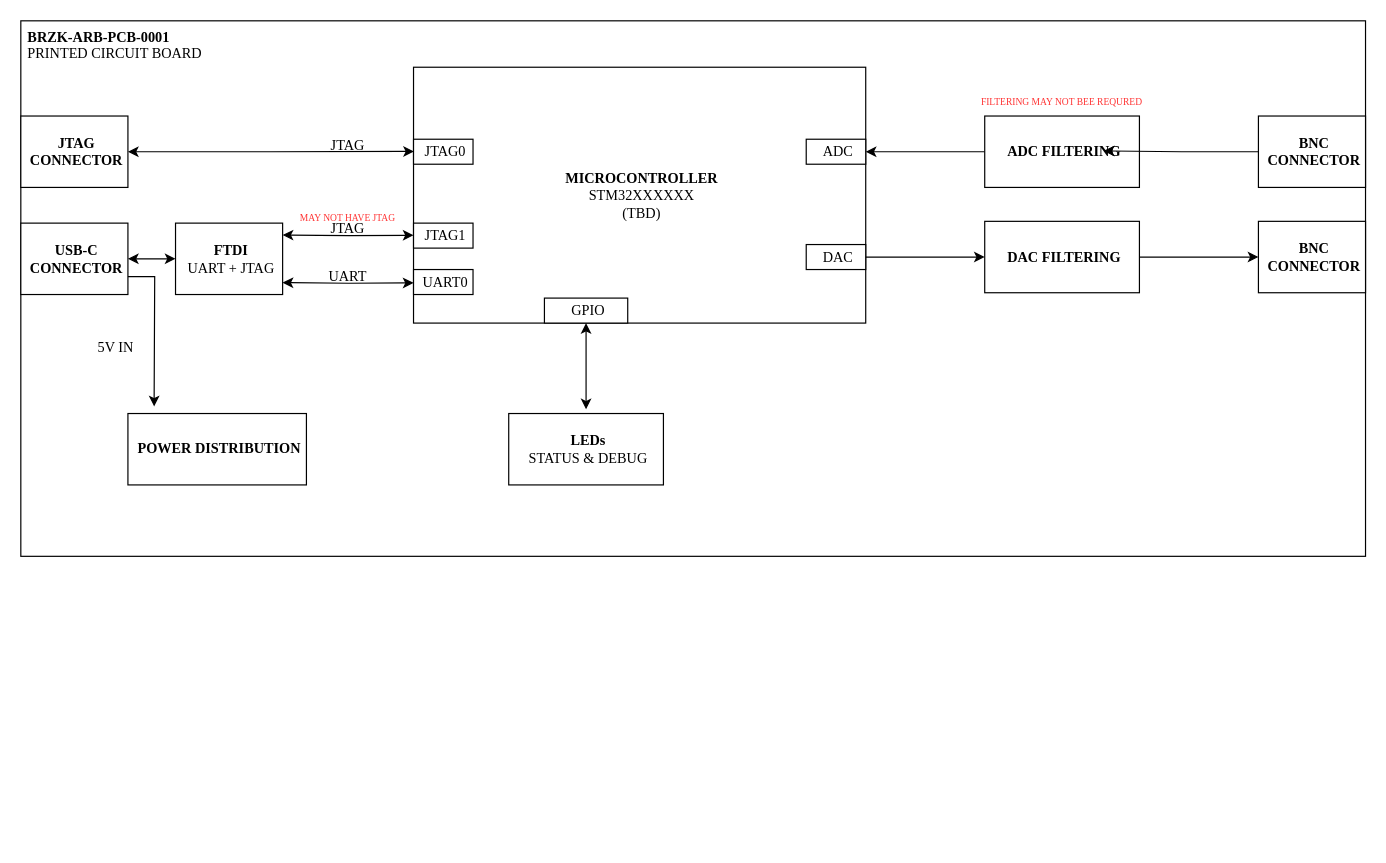
Above: page "Hardware Overview" (1 of 4) of 1_hw/01_block_diagram/arb.drawio in brzyzek/arb (draw.io), before the change. Source tidied: cells renumbered, new cells numbered last; positions are measured from the earlier drawing's top-left corner, leaving out a move shared by most shapes. Both pictures are drawn from the tidied source at 119%, with x=0, y=0 at pixel (20, 20).
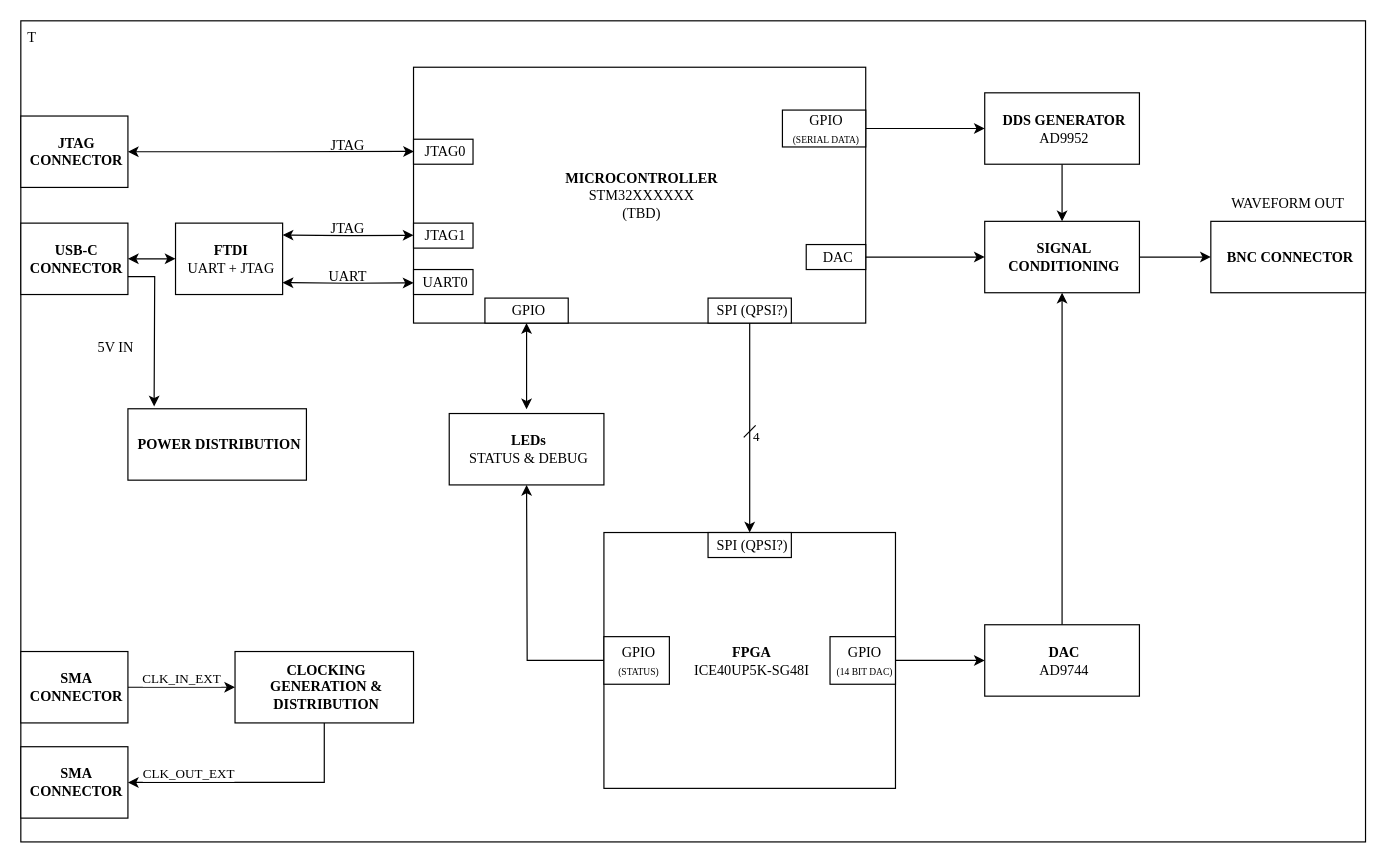
The same diagram, later.

Commit message (it also covers changes not shown here):
FEAT: Modified Block Diagram, added FPGA, DDS, and P/Ns.

The change refers to these unchanged cells:
```xml
<mxCell id="5" value="&lt;font&gt;&lt;b&gt;JTAG CONNECTOR&lt;/b&gt;&lt;br&gt;&lt;/font&gt;" style="rounded=0;whiteSpace=wrap;html=1;align=center;verticalAlign=middle;labelPosition=center;verticalLabelPosition=middle;spacing=2;spacingLeft=4;fontFamily=Times New Roman;" parent="1" vertex="1">
  <mxGeometry y="80" width="90" height="60" as="geometry" />
</mxCell>
```

Change to the diagram source:
```diff
@@
-    <mxCell id="2" value="&lt;b&gt;BRZK-ARB-PCB-0001&lt;/b&gt;&lt;div&gt;PRINTED CIRCUIT BOARD&lt;/div&gt;" style="rounded=0;whiteSpace=wrap;html=1;align=left;verticalAlign=top;labelPosition=center;verticalLabelPosition=middle;spacing=2;spacingLeft=4;fontFamily=Times New Roman;" parent="1" vertex="1">
-      <mxGeometry width="1130" height="450" as="geometry" />
+    <mxCell id="2" value="T" style="rounded=0;whiteSpace=wrap;html=1;align=left;verticalAlign=top;labelPosition=center;verticalLabelPosition=middle;spacing=2;spacingLeft=4;fontFamily=Times New Roman;" parent="1" vertex="1">
+      <mxGeometry width="1130" height="690" as="geometry" />
     </mxCell>
-    <mxCell id="3" value="&lt;font&gt;&lt;font face=&quot;Times New Roman&quot;&gt;&lt;b style=&quot;&quot;&gt;MICROCONTROLLER&lt;br&gt;&lt;/b&gt;STM32XXXXXX&lt;/font&gt;&lt;br&gt;&lt;/font&gt;&lt;div&gt;&lt;font&gt;&lt;font face=&quot;Times New Roman&quot;&gt;(TBD)&lt;/font&gt;&lt;/font&gt;&lt;/div&gt;" style="rounded=0;whiteSpace=wrap;html=1;align=center;verticalAlign=middle;labelPosition=center;verticalLabelPosition=middle;spacing=2;spacingLeft=4;fontFamily=Verdana;" parent="1" vertex="1">
+    <mxCell id="3" value="&lt;font&gt;&lt;font&gt;&lt;b style=&quot;&quot;&gt;MICROCONTROLLER&lt;br&gt;&lt;/b&gt;STM32XXXXXX&lt;/font&gt;&lt;br&gt;&lt;/font&gt;&lt;div&gt;&lt;font&gt;&lt;font&gt;(TBD)&lt;/font&gt;&lt;/font&gt;&lt;/div&gt;" style="rounded=0;whiteSpace=wrap;html=1;align=center;verticalAlign=middle;labelPosition=center;verticalLabelPosition=middle;spacing=2;spacingLeft=4;fontFamily=Times New Roman;" parent="1" vertex="1">
       <mxGeometry x="330" y="39" width="380" height="215" as="geometry" />
     </mxCell>
     <mxCell id="4" value="&lt;font&gt;&lt;b&gt;POWER DISTRIBUTION&lt;/b&gt;&lt;br&gt;&lt;/font&gt;" style="rounded=0;whiteSpace=wrap;html=1;align=center;verticalAlign=middle;labelPosition=center;verticalLabelPosition=middle;spacing=2;spacingLeft=4;fontFamily=Times New Roman;" parent="1" vertex="1">
-      <mxGeometry x="90" y="330" width="150" height="60" as="geometry" />
+      <mxGeometry x="90" y="326" width="150" height="60" as="geometry" />
     </mxCell>
@@
-    <mxCell id="16" style="edgeStyle=orthogonalEdgeStyle;rounded=0;jettySize=auto;html=1;exitX=1;exitY=0.5;exitDx=0;exitDy=0;entryX=0.001;entryY=0.329;entryDx=0;entryDy=0;entryPerimeter=0;startArrow=classic;startFill=1;" parent="1" edge="1" source="5" target="3">
+    <mxCell id="16" style="edgeStyle=orthogonalEdgeStyle;rounded=0;jettySize=auto;html=1;exitX=1;exitY=0.5;exitDx=0;exitDy=0;entryX=0.001;entryY=0.329;entryDx=0;entryDy=0;entryPerimeter=0;startArrow=classic;startFill=1;fontFamily=Times New Roman;" parent="1" edge="1" source="5" target="3">
       <mxGeometry relative="1" as="geometry" />
     </mxCell>
@@
-    <mxCell id="20" value="MAY NOT HAVE JTAG" style="text;strokeColor=none;align=center;fillColor=none;html=1;verticalAlign=middle;whiteSpace=wrap;rounded=0;fontFamily=Times New Roman;fontSize=8;fontColor=#FF3333;" parent="1" vertex="1">
-      <mxGeometry x="220" y="162.5" width="110" height="7.5" as="geometry" />
-    </mxCell>
     <mxCell id="21" value="GPIO" style="rounded=0;whiteSpace=wrap;html=1;align=center;verticalAlign=middle;labelPosition=center;verticalLabelPosition=middle;spacing=2;spacingLeft=4;fontFamily=Times New Roman;fontStyle=0;fontSize=12;" parent="1" vertex="1">
-      <mxGeometry x="440" y="233" width="70" height="21" as="geometry" />
+      <mxGeometry x="390" y="233" width="70" height="21" as="geometry" />
     </mxCell>
     <mxCell id="22" value="&lt;b&gt;LEDs&lt;/b&gt;&lt;br&gt;&lt;div&gt;&lt;font&gt;STATUS &amp;amp; DEBUG&lt;/font&gt;&lt;/div&gt;" style="rounded=0;whiteSpace=wrap;html=1;align=center;verticalAlign=middle;labelPosition=center;verticalLabelPosition=middle;spacing=2;spacingLeft=4;fontFamily=Times New Roman;" parent="1" vertex="1">
-      <mxGeometry x="410" y="330" width="130" height="60" as="geometry" />
+      <mxGeometry x="360" y="330" width="130" height="60" as="geometry" />
     </mxCell>
-    <mxCell id="23" style="endArrow=classic;startArrow=classic;html=1;rounded=0;fontFamily=Times New Roman;fontSize=12;fontColor=default;exitX=0.5;exitY=-0.06;exitDx=0;exitDy=0;exitPerimeter=0;entryX=0.5;entryY=1;entryDx=0;entryDy=0;" parent="1" edge="1" source="22" target="21">
-      <mxGeometry relative="1" as="geometry" />
+    <mxCell id="23" style="endArrow=classic;startArrow=classic;html=1;rounded=0;fontFamily=Times New Roman;fontSize=12;fontColor=default;exitX=0.5;exitY=-0.06;exitDx=0;exitDy=0;exitPerimeter=0;entryX=0.5;entryY=1;entryDx=0;entryDy=0;" parent="1" edge="1" target="21">
+      <mxGeometry relative="1" as="geometry">
+        <mxPoint x="425" y="326.4" as="sourcePoint" />
+      </mxGeometry>
     </mxCell>
-    <mxCell id="24" style="edgeStyle=orthogonalEdgeStyle;rounded=0;jettySize=auto;html=1;exitX=0;exitY=0.5;exitDx=0;exitDy=0;entryX=1;entryY=0.5;entryDx=0;entryDy=0;fontFamily=Times New Roman;fontSize=12;fontColor=default;" parent="1" edge="1" source="27" target="25">
-      <mxGeometry relative="1" as="geometry" />
-    </mxCell>
-    <mxCell id="25" value="&lt;font style=&quot;font-size: 12px;&quot;&gt;ADC&lt;/font&gt;" style="rounded=0;whiteSpace=wrap;html=1;align=center;verticalAlign=middle;labelPosition=center;verticalLabelPosition=middle;spacing=2;spacingLeft=4;fontFamily=Times New Roman;fontStyle=0;fontSize=12;" parent="1" vertex="1">
-      <mxGeometry x="660" y="99.5" width="50" height="21" as="geometry" />
-    </mxCell>
@@
-    <mxCell id="27" value="&lt;b&gt;ADC FILTERING&lt;/b&gt;" style="rounded=0;whiteSpace=wrap;html=1;align=center;verticalAlign=middle;labelPosition=center;verticalLabelPosition=middle;spacing=2;spacingLeft=4;fontFamily=Times New Roman;" parent="1" vertex="1">
-      <mxGeometry x="810" y="80" width="130" height="60" as="geometry" />
-    </mxCell>
@@
-    <mxCell id="29" value="&lt;b&gt;DAC FILTERING&lt;/b&gt;" style="rounded=0;whiteSpace=wrap;html=1;align=center;verticalAlign=middle;labelPosition=center;verticalLabelPosition=middle;spacing=2;spacingLeft=4;fontFamily=Times New Roman;" parent="1" vertex="1">
+    <mxCell id="29" value="&lt;b&gt;SIGNAL CONDITIONING&lt;/b&gt;" style="rounded=0;whiteSpace=wrap;html=1;align=center;verticalAlign=middle;labelPosition=center;verticalLabelPosition=middle;spacing=2;spacingLeft=4;fontFamily=Times New Roman;" parent="1" vertex="1">
       <mxGeometry x="810" y="168.5" width="130" height="60" as="geometry" />
     </mxCell>
-    <mxCell id="30" value="&lt;font&gt;&lt;b&gt;BNC CONNECTOR&lt;/b&gt;&lt;br&gt;&lt;/font&gt;" style="rounded=0;whiteSpace=wrap;html=1;align=center;verticalAlign=middle;labelPosition=center;verticalLabelPosition=middle;spacing=2;spacingLeft=4;fontFamily=Times New Roman;" parent="1" vertex="1">
-      <mxGeometry x="1040" y="80" width="90" height="60" as="geometry" />
-    </mxCell>
@@
     <mxCell id="32" value="&lt;font&gt;&lt;b&gt;BNC CONNECTOR&lt;/b&gt;&lt;br&gt;&lt;/font&gt;" style="rounded=0;whiteSpace=wrap;html=1;align=center;verticalAlign=middle;labelPosition=center;verticalLabelPosition=middle;spacing=2;spacingLeft=4;fontFamily=Times New Roman;" parent="1" vertex="1">
-      <mxGeometry x="1040" y="168.5" width="90" height="60" as="geometry" />
+      <mxGeometry x="1000" y="168.5" width="130" height="60" as="geometry" />
     </mxCell>
-    <mxCell id="33" style="edgeStyle=orthogonalEdgeStyle;rounded=0;jettySize=auto;html=1;exitX=0;exitY=0.5;exitDx=0;exitDy=0;entryX=0;entryY=0.5;entryDx=0;entryDy=0;fontFamily=Times New Roman;fontSize=12;fontColor=default;" parent="1" edge="1" source="30">
-      <mxGeometry relative="1" as="geometry">
-        <mxPoint x="910" y="109.3" as="targetPoint" />
-      </mxGeometry>
-    </mxCell>
-    <mxCell id="34" value="FILTERING MAY NOT BEE REQURED" style="text;strokeColor=none;align=center;fillColor=none;html=1;verticalAlign=middle;whiteSpace=wrap;rounded=0;fontFamily=Times New Roman;fontSize=8;fontColor=#FF3333;" parent="1" vertex="1">
-      <mxGeometry x="805" y="64" width="140" height="7.5" as="geometry" />
-    </mxCell>
+    <mxCell id="35" value="&lt;font&gt;&lt;b&gt;FPGA&lt;/b&gt;&lt;/font&gt;&lt;div&gt;&lt;font&gt;ICE40UP5K-SG48I&lt;/font&gt;&lt;/div&gt;" style="rounded=0;whiteSpace=wrap;html=1;align=center;verticalAlign=middle;labelPosition=center;verticalLabelPosition=middle;spacing=2;spacingLeft=4;fontFamily=Times New Roman;" parent="1" vertex="1">
+      <mxGeometry x="490" y="430" width="245" height="215" as="geometry" />
+    </mxCell>
+    <mxCell id="36" style="edgeStyle=orthogonalEdgeStyle;rounded=0;jettySize=auto;html=1;entryX=1;entryY=0.5;entryDx=0;entryDy=0;exitX=0.5;exitY=1;exitDx=0;exitDy=0;fontFamily=Times New Roman;" parent="1" edge="1" source="37" target="57">
+      <mxGeometry relative="1" as="geometry" />
+    </mxCell>
+    <mxCell id="37" value="&lt;font&gt;&lt;b&gt;CLOCKING GENERATION &amp;amp; DISTRIBUTION&lt;/b&gt;&lt;br&gt;&lt;/font&gt;" style="rounded=0;whiteSpace=wrap;html=1;align=center;verticalAlign=middle;labelPosition=center;verticalLabelPosition=middle;spacing=2;spacingLeft=4;fontFamily=Times New Roman;" parent="1" vertex="1">
+      <mxGeometry x="180" y="530" width="150" height="60" as="geometry" />
+    </mxCell>
+    <mxCell id="38" style="edgeStyle=orthogonalEdgeStyle;rounded=0;jettySize=auto;html=1;fontFamily=Times New Roman;" parent="1" edge="1" source="41" target="37">
+      <mxGeometry relative="1" as="geometry" />
+    </mxCell>
+    <mxCell id="39" value="CLK_IN_EXT" style="edgeLabel;html=1;align=center;verticalAlign=middle;fontFamily=Times New Roman;" parent="38" vertex="1">
+      <mxGeometry x="-0.12" y="-1" relative="1" as="geometry">
+        <mxPoint x="4" y="-9" as="offset" />
+      </mxGeometry>
+    </mxCell>
+    <mxCell id="40" value="CLK_OUT_EXT" style="edgeLabel;html=1;align=center;verticalAlign=middle;fontFamily=Times New Roman;" parent="38" vertex="1">
+      <mxGeometry x="-0.12" y="-1" relative="1" as="geometry">
+        <mxPoint x="10" y="71" as="offset" />
+      </mxGeometry>
+    </mxCell>
+    <mxCell id="41" value="&lt;font&gt;&lt;b&gt;SMA CONNECTOR&lt;/b&gt;&lt;br&gt;&lt;/font&gt;" style="rounded=0;whiteSpace=wrap;html=1;align=center;verticalAlign=middle;labelPosition=center;verticalLabelPosition=middle;spacing=2;spacingLeft=4;fontFamily=Times New Roman;" parent="1" vertex="1">
+      <mxGeometry y="530" width="90" height="60" as="geometry" />
+    </mxCell>
+    <mxCell id="42" style="edgeStyle=orthogonalEdgeStyle;rounded=0;jettySize=auto;html=1;fontFamily=Times New Roman;" parent="1" edge="1" source="43" target="35">
+      <mxGeometry relative="1" as="geometry" />
+    </mxCell>
+    <mxCell id="43" value="SPI (QPSI?)" style="rounded=0;whiteSpace=wrap;html=1;align=center;verticalAlign=middle;labelPosition=center;verticalLabelPosition=middle;spacing=2;spacingLeft=4;fontFamily=Times New Roman;fontStyle=0;fontSize=12;" parent="1" vertex="1">
+      <mxGeometry x="577.5" y="233" width="70" height="21" as="geometry" />
+    </mxCell>
+    <mxCell id="44" value="SPI (QPSI?)" style="rounded=0;whiteSpace=wrap;html=1;align=center;verticalAlign=middle;labelPosition=center;verticalLabelPosition=middle;spacing=2;spacingLeft=4;fontFamily=Times New Roman;fontStyle=0;fontSize=12;" parent="1" vertex="1">
+      <mxGeometry x="577.5" y="430" width="70" height="21" as="geometry" />
+    </mxCell>
+    <mxCell id="45" style="edgeStyle=orthogonalEdgeStyle;rounded=0;jettySize=auto;html=1;fontFamily=Times New Roman;" parent="1" edge="1" source="46" target="48">
+      <mxGeometry relative="1" as="geometry" />
+    </mxCell>
+    <mxCell id="46" value="GPIO&lt;div&gt;&lt;font style=&quot;font-size: 8px;&quot;&gt;(14 BIT DAC)&lt;/font&gt;&lt;/div&gt;" style="rounded=0;whiteSpace=wrap;html=1;align=center;verticalAlign=middle;labelPosition=center;verticalLabelPosition=middle;spacing=2;spacingLeft=4;fontFamily=Times New Roman;fontStyle=0;fontSize=12;" parent="1" vertex="1">
+      <mxGeometry x="680" y="517.5" width="55" height="40" as="geometry" />
+    </mxCell>
+    <mxCell id="47" style="edgeStyle=orthogonalEdgeStyle;rounded=0;jettySize=auto;html=1;fontFamily=Times New Roman;" parent="1" edge="1" source="48" target="29">
+      <mxGeometry relative="1" as="geometry" />
+    </mxCell>
+    <mxCell id="48" value="&lt;b&gt;DAC&lt;/b&gt;&lt;div&gt;AD9744&lt;/div&gt;" style="rounded=0;whiteSpace=wrap;html=1;align=center;verticalAlign=middle;labelPosition=center;verticalLabelPosition=middle;spacing=2;spacingLeft=4;fontFamily=Times New Roman;" parent="1" vertex="1">
+      <mxGeometry x="810" y="507.5" width="130" height="60" as="geometry" />
+    </mxCell>
+    <mxCell id="49" style="edgeStyle=orthogonalEdgeStyle;rounded=0;jettySize=auto;html=1;fontFamily=Times New Roman;" parent="1" edge="1" source="50" target="29">
+      <mxGeometry relative="1" as="geometry" />
+    </mxCell>
+    <mxCell id="50" value="&lt;b&gt;DDS GENERATOR&lt;/b&gt;&lt;div&gt;AD9952&lt;/div&gt;" style="rounded=0;whiteSpace=wrap;html=1;align=center;verticalAlign=middle;labelPosition=center;verticalLabelPosition=middle;spacing=2;spacingLeft=4;fontFamily=Times New Roman;" parent="1" vertex="1">
+      <mxGeometry x="810" y="60.5" width="130" height="60" as="geometry" />
+    </mxCell>
+    <mxCell id="51" style="edgeStyle=orthogonalEdgeStyle;rounded=0;jettySize=auto;html=1;fontFamily=Times New Roman;" parent="1" edge="1" source="52" target="50">
+      <mxGeometry relative="1" as="geometry" />
+    </mxCell>
+    <mxCell id="52" value="&lt;font style=&quot;&quot;&gt;&lt;span style=&quot;font-size: 12px;&quot;&gt;GPIO &lt;br&gt;&lt;/span&gt;&lt;font style=&quot;font-size: 8px;&quot;&gt;(SERIAL DATA)&lt;/font&gt;&lt;br style=&quot;font-size: 12px;&quot;&gt;&lt;/font&gt;" style="rounded=0;whiteSpace=wrap;html=1;align=center;verticalAlign=middle;labelPosition=center;verticalLabelPosition=middle;spacing=2;spacingLeft=4;fontFamily=Times New Roman;fontStyle=0;fontSize=12;" parent="1" vertex="1">
+      <mxGeometry x="640" y="75" width="70" height="31" as="geometry" />
+    </mxCell>
+    <mxCell id="53" style="endArrow=none;html=1;rounded=0;fontFamily=Times New Roman;" parent="1" edge="1">
+      <mxGeometry relative="1" as="geometry">
+        <mxPoint x="607.5" y="350" as="sourcePoint" />
+        <mxPoint x="617.5" y="340" as="targetPoint" />
+      </mxGeometry>
+    </mxCell>
+    <mxCell id="54" value="4" style="edgeLabel;html=1;align=center;verticalAlign=middle;fontFamily=Times New Roman;" parent="53" vertex="1">
+      <mxGeometry x="-0.49" y="1" relative="1" as="geometry">
+        <mxPoint x="8" y="3" as="offset" />
+      </mxGeometry>
+    </mxCell>
+    <mxCell id="55" style="edgeStyle=orthogonalEdgeStyle;rounded=0;jettySize=auto;html=1;entryX=0.5;entryY=1;entryDx=0;entryDy=0;exitX=0;exitY=0.5;exitDx=0;exitDy=0;fontFamily=Times New Roman;" parent="1" edge="1" source="56">
+      <mxGeometry relative="1" as="geometry">
+        <mxPoint x="425" y="390" as="targetPoint" />
+      </mxGeometry>
+    </mxCell>
+    <mxCell id="56" value="GPIO&lt;div&gt;&lt;font style=&quot;font-size: 8px;&quot;&gt;(STATUS)&lt;/font&gt;&lt;/div&gt;" style="rounded=0;whiteSpace=wrap;html=1;align=center;verticalAlign=middle;labelPosition=center;verticalLabelPosition=middle;spacing=2;spacingLeft=4;fontFamily=Times New Roman;fontStyle=0;fontSize=12;" parent="1" vertex="1">
+      <mxGeometry x="490" y="517.5" width="55" height="40" as="geometry" />
+    </mxCell>
+    <mxCell id="57" value="&lt;font&gt;&lt;b&gt;SMA CONNECTOR&lt;/b&gt;&lt;br&gt;&lt;/font&gt;" style="rounded=0;whiteSpace=wrap;html=1;align=center;verticalAlign=middle;labelPosition=center;verticalLabelPosition=middle;spacing=2;spacingLeft=4;fontFamily=Times New Roman;" parent="1" vertex="1">
+      <mxGeometry y="610" width="90" height="60" as="geometry" />
+    </mxCell>
+    <mxCell id="58" value="WAVEFORM OUT" style="text;strokeColor=none;align=center;fillColor=none;html=1;verticalAlign=middle;whiteSpace=wrap;rounded=0;fontFamily=Times New Roman;fontSize=12;fontColor=default;" parent="1" vertex="1">
+      <mxGeometry x="1000" y="138.5" width="130" height="30" as="geometry" />
+    </mxCell>
```
